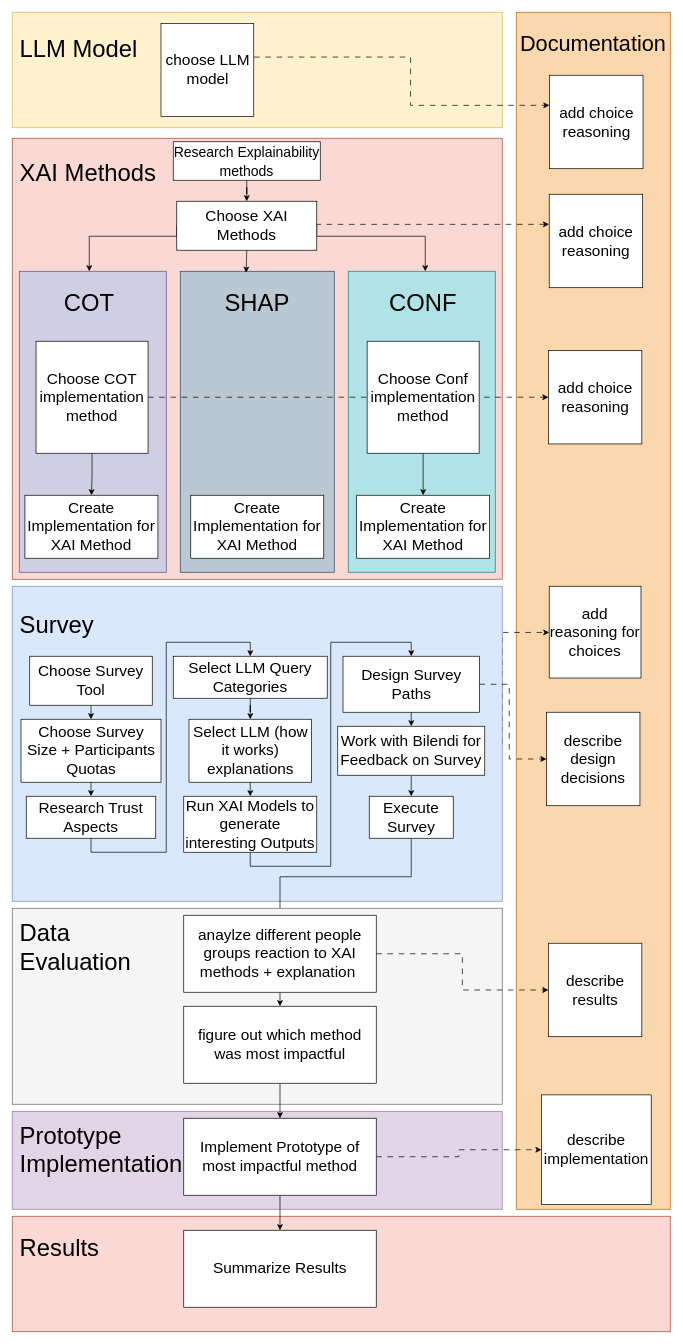
Earlier version of the draw.io diagram diagrams/BA_methods.drawio (rieselin/BA_XAI_for_LLMs). Source tidied: cells renumbered, new cells numbered last; positions are measured from the earlier drawing's top-left corner, leaving out a move shared by most shapes. Both pictures are drawn from the tidied source at 70%, with x=0, y=0 at pixel (12, 12).
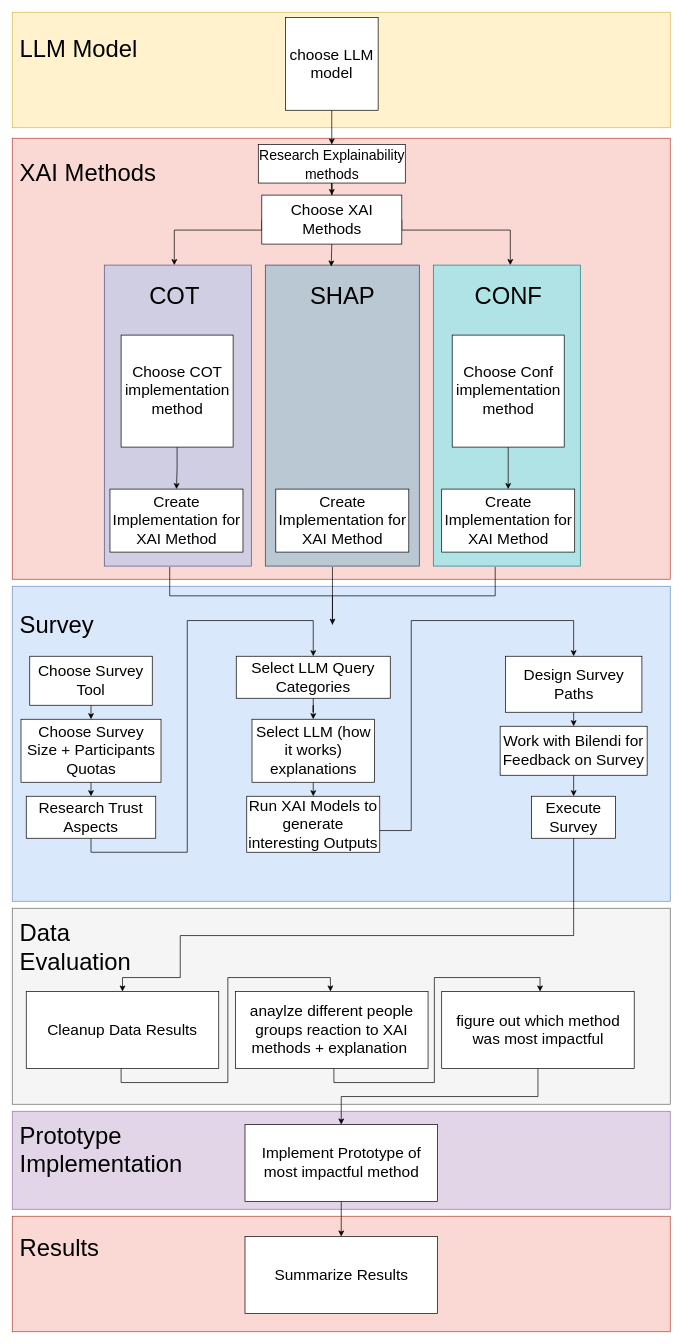
The same page after the edit.

The change refers to these unchanged cells:
```xml
<mxCell id="44" value="Research Trust Aspects" style="rounded=0;whiteSpace=wrap;html=1;fontSize=22;" parent="1" vertex="1">
  <mxGeometry x="20" y="1120" width="185" height="60" as="geometry" />
</mxCell>
```

Diff of the diagram source:
```diff
@@
     <mxCell id="2" style="rounded=0;whiteSpace=wrap;html=1;fillColor=#fad9d5;strokeColor=#ae4132;" parent="1" vertex="1">
-      <mxGeometry y="180" width="700" height="630" as="geometry" />
+      <mxGeometry y="180" width="940" height="630" as="geometry" />
     </mxCell>
@@
     <mxCell id="4" style="rounded=0;whiteSpace=wrap;html=1;fillColor=#bac8d3;strokeColor=#23445d;" parent="1" vertex="1">
-      <mxGeometry x="240" y="370" width="220" height="430" as="geometry" />
+      <mxGeometry x="361.5" y="361.2" width="220" height="430" as="geometry" />
     </mxCell>
     <mxCell id="5" style="rounded=0;whiteSpace=wrap;html=1;fillColor=#b0e3e6;strokeColor=#0e8088;" parent="1" vertex="1">
-      <mxGeometry x="480" y="370" width="210" height="430" as="geometry" />
+      <mxGeometry x="601.5" y="361.2" width="210" height="430" as="geometry" />
     </mxCell>
-    <mxCell id="6" style="rounded=0;whiteSpace=wrap;html=1;fillColor=#fad7ac;strokeColor=#b46504;" parent="1" vertex="1">
-      <mxGeometry x="720" width="220" height="1710" as="geometry" />
-    </mxCell>
     <mxCell id="7" style="rounded=0;whiteSpace=wrap;html=1;fillColor=#d0cee2;strokeColor=#56517e;" parent="1" vertex="1">
-      <mxGeometry x="10" y="370" width="210" height="430" as="geometry" />
+      <mxGeometry x="131.5" y="361.2" width="210" height="430" as="geometry" />
     </mxCell>
-    <mxCell id="8" style="edgeStyle=orthogonalEdgeStyle;rounded=0;jettySize=auto;html=1;exitX=1;exitY=0.5;exitDx=0;exitDy=0;entryX=0;entryY=0.5;entryDx=0;entryDy=0;dashed=1;dashPattern=8 8;" parent="1" edge="1" source="10" target="11">
-      <mxGeometry relative="1" as="geometry">
-        <Array as="points">
-          <mxPoint x="766" y="550" />
-        </Array>
-      </mxGeometry>
-    </mxCell>
@@
     <mxCell id="10" value="Choose COT implementation method" style="whiteSpace=wrap;html=1;fontSize=22;" parent="1" vertex="1">
-      <mxGeometry x="34" y="470" width="160" height="160" as="geometry" />
+      <mxGeometry x="155.5" y="461.2" width="160" height="160" as="geometry" />
     </mxCell>
-    <mxCell id="11" value="add choice reasoning" style="whiteSpace=wrap;html=1;fontSize=22;" parent="1" vertex="1">
-      <mxGeometry x="765.9" y="483.2" width="133.5" height="133.5" as="geometry" />
-    </mxCell>
-    <mxCell id="12" value="&lt;font style=&quot;font-size: 31px;&quot;&gt;Documentation&lt;/font&gt;" style="text;html=1;whiteSpace=wrap;strokeColor=none;fillColor=none;align=center;verticalAlign=middle;rounded=0;" parent="1" vertex="1">
-      <mxGeometry x="720" width="220" height="90" as="geometry" />
-    </mxCell>
     <mxCell id="13" value="&lt;span style=&quot;font-size: 34px;&quot;&gt;CONF&lt;/span&gt;" style="text;html=1;whiteSpace=wrap;strokeColor=none;fillColor=none;align=center;verticalAlign=middle;rounded=0;" parent="1" vertex="1">
-      <mxGeometry x="477" y="370" width="220" height="90" as="geometry" />
+      <mxGeometry x="598.5" y="361.2" width="220" height="90" as="geometry" />
     </mxCell>
     <mxCell id="14" value="&lt;font style=&quot;font-size: 34px;&quot;&gt;SHAP&lt;/font&gt;" style="text;html=1;whiteSpace=wrap;strokeColor=none;fillColor=none;align=center;verticalAlign=middle;rounded=0;" parent="1" vertex="1">
-      <mxGeometry x="240" y="370" width="220" height="90" as="geometry" />
+      <mxGeometry x="361.5" y="361.2" width="220" height="90" as="geometry" />
     </mxCell>
     <mxCell id="15" value="&lt;span style=&quot;font-size: 34px;&quot;&gt;COT&lt;/span&gt;" style="text;html=1;whiteSpace=wrap;strokeColor=none;fillColor=none;align=center;verticalAlign=middle;rounded=0;" parent="1" vertex="1">
-      <mxGeometry y="370" width="220" height="90" as="geometry" />
+      <mxGeometry x="121.5" y="361.2" width="220" height="90" as="geometry" />
     </mxCell>
@@
-    <mxCell id="17" style="edgeStyle=orthogonalEdgeStyle;rounded=0;jettySize=auto;html=1;exitX=1;exitY=0.5;exitDx=0;exitDy=0;entryX=-0.002;entryY=0.322;entryDx=0;entryDy=0;dashed=1;dashPattern=8 8;entryPerimeter=0;" parent="1" edge="1" source="29" target="18">
-      <mxGeometry relative="1" as="geometry">
-        <Array as="points">
-          <mxPoint x="435" y="303" />
-        </Array>
-      </mxGeometry>
-    </mxCell>
-    <mxCell id="18" value="add choice reasoning" style="whiteSpace=wrap;html=1;fontSize=22;" parent="1" vertex="1">
-      <mxGeometry x="767.1" y="260" width="133.5" height="133.5" as="geometry" />
-    </mxCell>
@@
     <mxCell id="20" style="rounded=0;whiteSpace=wrap;html=1;fillColor=#fff2cc;strokeColor=#d6b656;" parent="1" vertex="1">
-      <mxGeometry width="700" height="165" as="geometry" />
+      <mxGeometry width="940" height="165" as="geometry" />
     </mxCell>
@@
+    <mxCell id="75" style="edgeStyle=orthogonalEdgeStyle;rounded=0;jettySize=auto;html=1;exitX=0.5;exitY=1;exitDx=0;exitDy=0;entryX=0.5;entryY=0;entryDx=0;entryDy=0;" parent="1" edge="1" source="22" target="26">
+      <mxGeometry relative="1" as="geometry" />
+    </mxCell>
     <mxCell id="22" value="choose LLM model" style="whiteSpace=wrap;html=1;fontSize=22;imageAspect=0;" parent="1" vertex="1">
-      <mxGeometry x="212.5" y="16.2" width="132.5" height="132.5" as="geometry" />
+      <mxGeometry x="390.2" y="7.5" width="132.5" height="132.5" as="geometry" />
     </mxCell>
-    <mxCell id="23" style="edgeStyle=orthogonalEdgeStyle;rounded=0;jettySize=auto;html=1;exitX=1.004;exitY=0.361;exitDx=0;exitDy=0;entryX=-0.002;entryY=0.322;entryDx=0;entryDy=0;dashed=1;dashPattern=8 8;entryPerimeter=0;exitPerimeter=0;" parent="1" edge="1" source="22" target="24">
-      <mxGeometry relative="1" as="geometry">
-        <Array as="points">
-          <mxPoint x="569" y="64" />
-          <mxPoint x="569" y="133" />
-        </Array>
-      </mxGeometry>
-    </mxCell>
-    <mxCell id="24" value="add choice reasoning" style="whiteSpace=wrap;html=1;fontSize=22;" parent="1" vertex="1">
-      <mxGeometry x="767.6" y="90" width="133.5" height="133.5" as="geometry" />
-    </mxCell>
@@
     <mxCell id="26" value="&lt;font style=&quot;font-size: 20px;&quot;&gt;Research Explainability methods&lt;/font&gt;" style="rounded=0;whiteSpace=wrap;html=1;fontSize=22;" parent="1" vertex="1">
-      <mxGeometry x="230" y="185" width="210" height="55" as="geometry" />
+      <mxGeometry x="351.5" y="189" width="210" height="55" as="geometry" />
     </mxCell>
     <mxCell id="27" style="edgeStyle=orthogonalEdgeStyle;rounded=0;jettySize=auto;html=1;exitX=0;exitY=0.5;exitDx=0;exitDy=0;" parent="1" edge="1" source="29" target="15">
       <mxGeometry relative="1" as="geometry">
         <Array as="points">
-          <mxPoint x="235" y="320" />
-          <mxPoint x="110" y="320" />
+          <mxPoint x="356.5" y="311.2" />
+          <mxPoint x="231.5" y="311.2" />
         </Array>
       </mxGeometry>
     </mxCell>
     <mxCell id="28" style="edgeStyle=orthogonalEdgeStyle;rounded=0;jettySize=auto;html=1;exitX=1;exitY=0.5;exitDx=0;exitDy=0;" parent="1" edge="1" source="29" target="13">
       <mxGeometry relative="1" as="geometry">
         <Array as="points">
-          <mxPoint x="435" y="320" />
-          <mxPoint x="590" y="320" />
+          <mxPoint x="556.5" y="311.2" />
+          <mxPoint x="711.5" y="311.2" />
         </Array>
       </mxGeometry>
     </mxCell>
     <mxCell id="29" value="Choose XAI Methods" style="rounded=0;whiteSpace=wrap;html=1;fontSize=22;" parent="1" vertex="1">
-      <mxGeometry x="235" y="270" width="200" height="70" as="geometry" />
+      <mxGeometry x="356.5" y="261.2" width="200" height="70" as="geometry" />
     </mxCell>
@@
     <mxCell id="31" value="Choose Conf implementation method" style="whiteSpace=wrap;html=1;fontSize=22;" parent="1" vertex="1">
-      <mxGeometry x="507" y="470" width="160" height="160" as="geometry" />
+      <mxGeometry x="628.5" y="461.2" width="160" height="160" as="geometry" />
     </mxCell>
@@
     <mxCell id="33" value="&lt;font style=&quot;font-size: 22px;&quot;&gt;Create Implementation for XAI Method&lt;/font&gt;" style="rounded=0;whiteSpace=wrap;html=1;" parent="1" vertex="1">
-      <mxGeometry x="255" y="690" width="190" height="90" as="geometry" />
+      <mxGeometry x="376.5" y="681.2" width="190" height="90" as="geometry" />
     </mxCell>
     <mxCell id="34" value="&lt;font style=&quot;font-size: 22px;&quot;&gt;Create Implementation for XAI Method&lt;/font&gt;" style="rounded=0;whiteSpace=wrap;html=1;" parent="1" vertex="1">
-      <mxGeometry x="492" y="690" width="190" height="90" as="geometry" />
+      <mxGeometry x="613.5" y="681.2" width="190" height="90" as="geometry" />
     </mxCell>
     <mxCell id="35" value="&lt;font style=&quot;font-size: 22px;&quot;&gt;Create Implementation for XAI Method&lt;/font&gt;" style="rounded=0;whiteSpace=wrap;html=1;" parent="1" vertex="1">
-      <mxGeometry x="18.1" y="690" width="190" height="90" as="geometry" />
+      <mxGeometry x="139.6" y="681.2" width="190" height="90" as="geometry" />
     </mxCell>
-    <mxCell id="36" style="edgeStyle=orthogonalEdgeStyle;rounded=0;jettySize=auto;html=1;exitX=1;exitY=0.5;exitDx=0;exitDy=0;dashed=1;dashPattern=8 8;" parent="1" edge="1" source="37" target="71">
-      <mxGeometry relative="1" as="geometry">
-        <Array as="points">
-          <mxPoint x="700" y="886" />
-        </Array>
-      </mxGeometry>
-    </mxCell>
     <mxCell id="37" style="rounded=0;whiteSpace=wrap;html=1;fillColor=#dae8fc;strokeColor=#6c8ebf;" parent="1" vertex="1">
-      <mxGeometry y="820" width="700" height="450" as="geometry" />
+      <mxGeometry y="820" width="940" height="450" as="geometry" />
     </mxCell>
@@
     <mxCell id="43" style="edgeStyle=orthogonalEdgeStyle;rounded=0;jettySize=auto;html=1;exitX=0.5;exitY=1;exitDx=0;exitDy=0;entryX=0.5;entryY=0;entryDx=0;entryDy=0;" parent="1" edge="1" source="44" target="48">
       <mxGeometry relative="1" as="geometry">
         <Array as="points">
           <mxPoint x="113" y="1200" />
-          <mxPoint x="220" y="1200" />
-          <mxPoint x="220" y="900" />
-          <mxPoint x="340" y="900" />
+          <mxPoint x="250" y="1200" />
+          <mxPoint x="250" y="869" />
+          <mxPoint x="430" y="869" />
         </Array>
       </mxGeometry>
     </mxCell>
@@
     <mxCell id="45" style="edgeStyle=orthogonalEdgeStyle;rounded=0;jettySize=auto;html=1;exitX=0.5;exitY=1;exitDx=0;exitDy=0;entryX=0.5;entryY=0;entryDx=0;entryDy=0;" parent="1" edge="1" source="46" target="51">
       <mxGeometry relative="1" as="geometry">
         <Array as="points">
-          <mxPoint x="340" y="1220" />
-          <mxPoint x="455" y="1220" />
-          <mxPoint x="455" y="900" />
-          <mxPoint x="570" y="900" />
+          <mxPoint x="430" y="1169" />
+          <mxPoint x="570" y="1169" />
+          <mxPoint x="570" y="869" />
+          <mxPoint x="802" y="869" />
         </Array>
       </mxGeometry>
     </mxCell>
     <mxCell id="46" value="Run XAI Models to generate interesting Outputs" style="rounded=0;whiteSpace=wrap;html=1;fontSize=22;" parent="1" vertex="1">
-      <mxGeometry x="245" y="1120" width="190" height="80" as="geometry" />
+      <mxGeometry x="335" y="1120" width="190" height="80" as="geometry" />
     </mxCell>
@@
     <mxCell id="48" value="Select LLM Query Categories" style="rounded=0;whiteSpace=wrap;html=1;fontSize=22;" parent="1" vertex="1">
-      <mxGeometry x="230" y="920" width="220" height="60" as="geometry" />
+      <mxGeometry x="320" y="920" width="220" height="60" as="geometry" />
     </mxCell>
@@
-    <mxCell id="50" style="edgeStyle=orthogonalEdgeStyle;rounded=0;jettySize=auto;html=1;exitX=1;exitY=0.5;exitDx=0;exitDy=0;entryX=0;entryY=0.5;entryDx=0;entryDy=0;dashed=1;dashPattern=8 8;" parent="1" edge="1" source="51" target="72">
-      <mxGeometry relative="1" as="geometry">
-        <Array as="points">
-          <mxPoint x="710" y="960" />
-          <mxPoint x="710" y="1067" />
-        </Array>
-      </mxGeometry>
-    </mxCell>
     <mxCell id="51" value="Design Survey Paths" style="rounded=0;whiteSpace=wrap;html=1;fontSize=22;" parent="1" vertex="1">
-      <mxGeometry x="472.5" y="920" width="195" height="80" as="geometry" />
+      <mxGeometry x="704.5" y="920" width="195" height="80" as="geometry" />
     </mxCell>
@@
     <mxCell id="53" value="Work with Bilendi for Feedback on Survey" style="rounded=0;whiteSpace=wrap;html=1;fontSize=22;" parent="1" vertex="1">
-      <mxGeometry x="465" y="1020" width="210" height="70" as="geometry" />
+      <mxGeometry x="697" y="1020" width="210" height="70" as="geometry" />
     </mxCell>
@@
     <mxCell id="55" value="Select LLM (how it works) explanations" style="rounded=0;whiteSpace=wrap;html=1;fontSize=22;" parent="1" vertex="1">
-      <mxGeometry x="252.5" y="1010" width="175" height="90" as="geometry" />
+      <mxGeometry x="342.5" y="1010" width="175" height="90" as="geometry" />
     </mxCell>
-    <mxCell id="56" style="edgeStyle=orthogonalEdgeStyle;rounded=0;jettySize=auto;html=1;exitX=0.5;exitY=1;exitDx=0;exitDy=0;entryX=0.5;entryY=0;entryDx=0;entryDy=0;" parent="1" edge="1" source="57" target="64">
-      <mxGeometry relative="1" as="geometry" />
-    </mxCell>
     <mxCell id="57" value="Execute Survey" style="rounded=0;whiteSpace=wrap;html=1;fontSize=22;" parent="1" vertex="1">
-      <mxGeometry x="510" y="1120" width="120" height="60" as="geometry" />
+      <mxGeometry x="742" y="1120" width="120" height="60" as="geometry" />
     </mxCell>
     <mxCell id="58" style="rounded=0;whiteSpace=wrap;html=1;fillColor=#f5f5f5;strokeColor=#666666;fontColor=#333333;" parent="1" vertex="1">
-      <mxGeometry y="1280" width="700" height="280" as="geometry" />
+      <mxGeometry y="1280" width="940" height="280" as="geometry" />
     </mxCell>
@@
     <mxCell id="60" style="rounded=0;whiteSpace=wrap;html=1;fillColor=#e1d5e7;strokeColor=#9673a6;" parent="1" vertex="1">
-      <mxGeometry y="1570" width="700" height="140" as="geometry" />
+      <mxGeometry y="1570" width="940" height="140" as="geometry" />
     </mxCell>
@@
+    <mxCell id="56" style="edgeStyle=orthogonalEdgeStyle;rounded=0;jettySize=auto;html=1;exitX=0.5;exitY=1;exitDx=0;exitDy=0;entryX=0.5;entryY=0;entryDx=0;entryDy=0;" parent="1" edge="1" source="57" target="77">
+      <mxGeometry relative="1" as="geometry">
+        <Array as="points">
+          <mxPoint x="802" y="1319" />
+          <mxPoint x="240" y="1319" />
+          <mxPoint x="240" y="1379" />
+          <mxPoint x="158" y="1379" />
+        </Array>
+      </mxGeometry>
+    </mxCell>
-    <mxCell id="62" style="edgeStyle=orthogonalEdgeStyle;rounded=0;jettySize=auto;html=1;exitX=0.5;exitY=1;exitDx=0;exitDy=0;entryX=0.5;entryY=0;entryDx=0;entryDy=0;" parent="1" edge="1" source="64" target="66">
-      <mxGeometry relative="1" as="geometry" />
+    <mxCell id="62" style="edgeStyle=orthogonalEdgeStyle;rounded=0;orthogonalLoop=1;jettySize=auto;html=1;exitX=0.5;exitY=1;exitDx=0;exitDy=0;entryX=0.5;entryY=0;entryDx=0;entryDy=0;" parent="1" edge="1">
+      <mxGeometry relative="1" as="geometry">
+        <mxPoint x="459.5" y="1509" as="sourcePoint" />
+        <mxPoint x="754" y="1399" as="targetPoint" />
+        <Array as="points">
+          <mxPoint x="460" y="1529" />
+          <mxPoint x="603" y="1529" />
+          <mxPoint x="603" y="1379" />
+          <mxPoint x="754" y="1379" />
+        </Array>
+      </mxGeometry>
     </mxCell>
-    <mxCell id="63" style="edgeStyle=orthogonalEdgeStyle;rounded=0;jettySize=auto;html=1;exitX=1;exitY=0.5;exitDx=0;exitDy=0;entryX=0;entryY=0.5;entryDx=0;entryDy=0;dashed=1;dashPattern=8 8;" parent="1" edge="1" source="64" target="73">
-      <mxGeometry relative="1" as="geometry" />
-    </mxCell>
     <mxCell id="64" value="&lt;font style=&quot;font-size: 22px;&quot;&gt;anaylze different people groups reaction to XAI methods + explanation&amp;nbsp;&lt;/font&gt;" style="rounded=0;whiteSpace=wrap;html=1;" parent="1" vertex="1">
-      <mxGeometry x="245" y="1290" width="275" height="110" as="geometry" />
+      <mxGeometry x="319" y="1399" width="275" height="110" as="geometry" />
     </mxCell>
@@
     <mxCell id="66" value="&lt;font style=&quot;font-size: 22px;&quot;&gt;figure out which method was most impactful&lt;/font&gt;" style="rounded=0;whiteSpace=wrap;html=1;" parent="1" vertex="1">
-      <mxGeometry x="245" y="1420" width="275" height="110" as="geometry" />
+      <mxGeometry x="613.5" y="1399" width="275" height="110" as="geometry" />
     </mxCell>
@@
-    <mxCell id="68" style="edgeStyle=orthogonalEdgeStyle;rounded=0;jettySize=auto;html=1;exitX=1;exitY=0.5;exitDx=0;exitDy=0;entryX=0;entryY=0.5;entryDx=0;entryDy=0;dashed=1;dashPattern=8 8;" parent="1" edge="1" source="69" target="74">
-      <mxGeometry relative="1" as="geometry" />
-    </mxCell>
     <mxCell id="69" value="&lt;font style=&quot;font-size: 22px;&quot;&gt;Implement Prototype of most impactful method&lt;/font&gt;" style="rounded=0;whiteSpace=wrap;html=1;" parent="1" vertex="1">
-      <mxGeometry x="245" y="1580" width="275" height="110" as="geometry" />
+      <mxGeometry x="332.5" y="1589" width="275" height="110" as="geometry" />
     </mxCell>
     <mxCell id="70" value="&lt;font style=&quot;font-size: 22px;&quot;&gt;Summarize Results&lt;/font&gt;" style="rounded=0;whiteSpace=wrap;html=1;" parent="1" vertex="1">
-      <mxGeometry x="245" y="1740" width="275" height="110" as="geometry" />
+      <mxGeometry x="332.5" y="1749" width="275" height="110" as="geometry" />
     </mxCell>
-    <mxCell id="71" value="add reasoning for choices" style="whiteSpace=wrap;html=1;fontSize=22;" parent="1" vertex="1">
-      <mxGeometry x="767.1" y="820" width="131.1" height="131.1" as="geometry" />
-    </mxCell>
-    <mxCell id="72" value="describe design decisions" style="whiteSpace=wrap;html=1;fontSize=22;" parent="1" vertex="1">
-      <mxGeometry x="763.2" y="1000" width="133.5" height="133.5" as="geometry" />
-    </mxCell>
-    <mxCell id="73" value="describe results" style="whiteSpace=wrap;html=1;fontSize=22;" parent="1" vertex="1">
-      <mxGeometry x="765.9" y="1330" width="133.5" height="133.5" as="geometry" />
-    </mxCell>
-    <mxCell id="74" value="describe implementation" style="whiteSpace=wrap;html=1;fontSize=22;" parent="1" vertex="1">
-      <mxGeometry x="756" y="1546.6" width="156.8" height="156.8" as="geometry" />
-    </mxCell>
+    <mxCell id="76" style="edgeStyle=orthogonalEdgeStyle;rounded=0;orthogonalLoop=1;jettySize=auto;html=1;exitX=0.5;exitY=1;exitDx=0;exitDy=0;entryX=0.5;entryY=0;entryDx=0;entryDy=0;" parent="1" edge="1">
+      <mxGeometry relative="1" as="geometry">
+        <mxPoint x="155.5" y="1509" as="sourcePoint" />
+        <mxPoint x="454.5" y="1399" as="targetPoint" />
+        <Array as="points">
+          <mxPoint x="156" y="1529" />
+          <mxPoint x="308" y="1529" />
+          <mxPoint x="308" y="1379" />
+          <mxPoint x="455" y="1379" />
+        </Array>
+      </mxGeometry>
+    </mxCell>
+    <mxCell id="77" value="&lt;font style=&quot;font-size: 22px;&quot;&gt;Cleanup Data Results&lt;/font&gt;" style="rounded=0;whiteSpace=wrap;html=1;" parent="1" vertex="1">
+      <mxGeometry x="20" y="1399" width="275" height="110" as="geometry" />
+    </mxCell>
+    <mxCell id="78" style="strokeWidth=1;html=1;shape=mxgraph.flowchart.annotation_2;align=left;labelPosition=right;rotation=-90;fontSize=9;" parent="1" vertex="1">
+      <mxGeometry x="416.2" y="601.2" width="82.5" height="465" as="geometry" />
+    </mxCell>
+    <mxCell id="79" style="endArrow=none;html=1;rounded=0;entryX=1;entryY=0.5;entryDx=0;entryDy=0;entryPerimeter=0;exitX=0;exitY=0.5;exitDx=0;exitDy=0;exitPerimeter=0;endFill=0;startArrow=classic;startFill=1;" parent="1" edge="1" source="78" target="78">
+      <mxGeometry relative="1" as="geometry" />
+    </mxCell>
```
